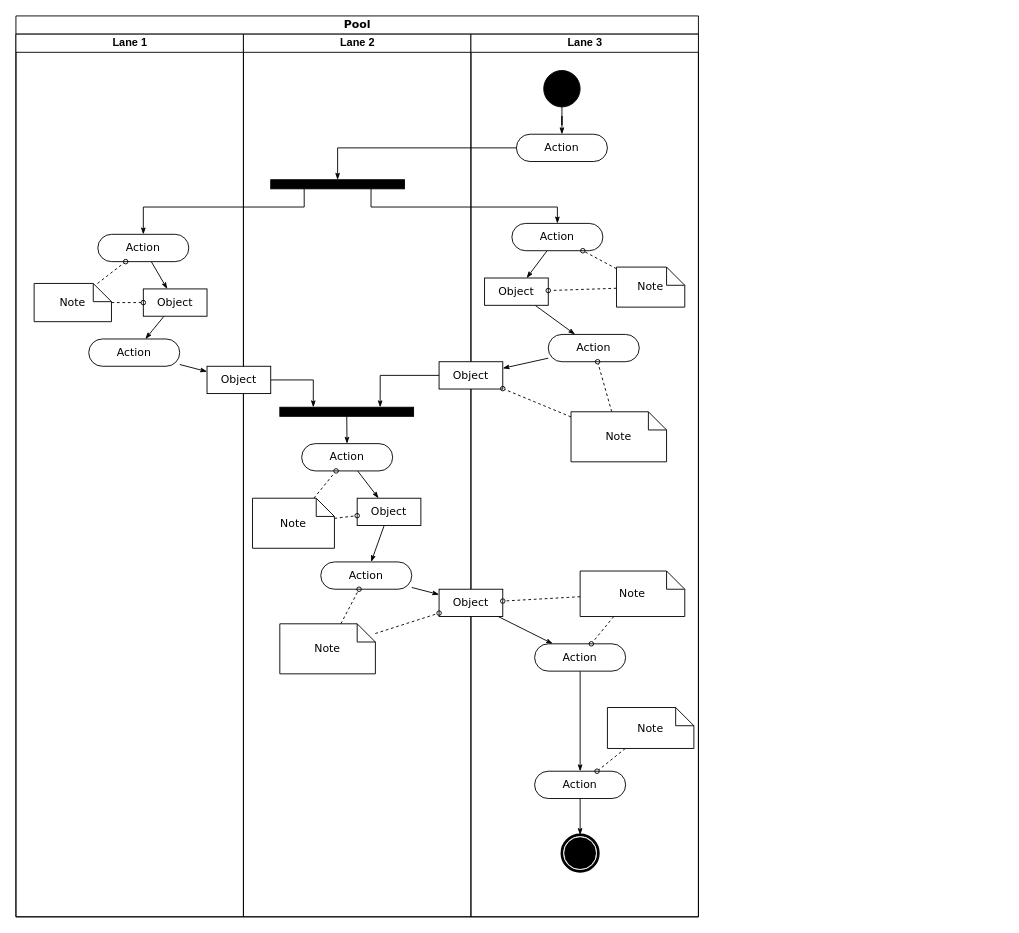
Earlier version of the draw.io diagram CE/KYC_activity.drawio (careock/diagrams). Source tidied: cells renumbered, new cells numbered last; positions are measured from the earlier drawing's top-left corner, leaving out a move shared by most shapes. Both pictures are drawn from the tidied source at 91%, with x=0, y=0 at pixel (15, 15).
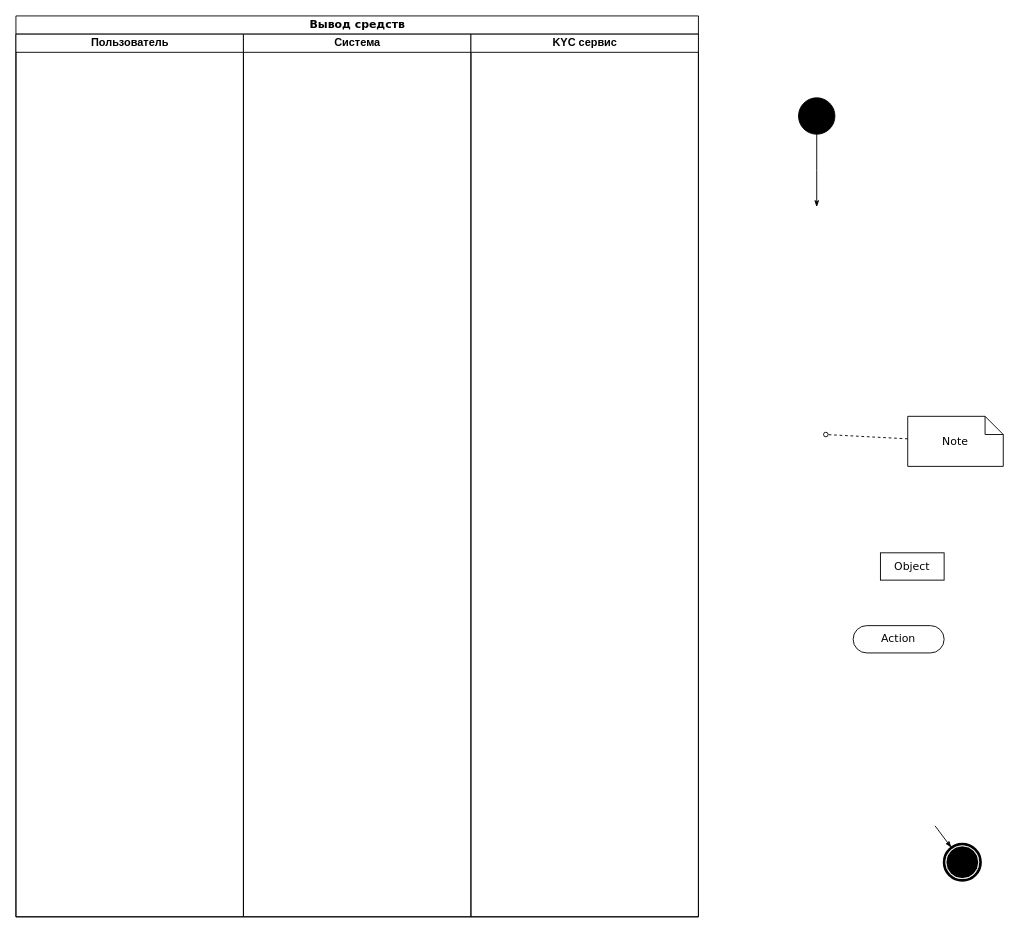
After the change.

Diff of the diagram source:
```diff
@@
-    <mxCell id="2" value="Pool" style="swimlane;html=1;startSize=20;rounded=0;shadow=0;comic=0;labelBackgroundColor=none;strokeWidth=1;fontFamily=Verdana;fontSize=12;align=center;" parent="1" vertex="1">
+    <mxCell id="2" value="Вывод средств" style="swimlane;html=1;startSize=20;rounded=0;shadow=0;comic=0;labelBackgroundColor=none;strokeWidth=1;fontFamily=Verdana;fontSize=12;align=center;" parent="1" vertex="1">
       <mxGeometry width="750" height="990" as="geometry" />
     </mxCell>
-    <mxCell id="3" value="Lane 1" style="swimlane;html=1;startSize=20;" parent="2" vertex="1">
+    <mxCell id="3" value="Пользователь" style="swimlane;html=1;startSize=20;" parent="2" vertex="1">
       <mxGeometry y="20" width="250" height="970" as="geometry" />
     </mxCell>
-    <mxCell id="4" style="edgeStyle=none;rounded=0;html=1;labelBackgroundColor=none;startArrow=none;startFill=0;startSize=5;endArrow=classicThin;endFill=1;endSize=5;jettySize=auto;strokeWidth=1;fontFamily=Verdana;fontSize=12;" parent="3" edge="1" source="5" target="8">
-      <mxGeometry relative="1" as="geometry" />
-    </mxCell>
-    <mxCell id="5" value="Action" style="rounded=1;whiteSpace=wrap;html=1;shadow=0;comic=0;labelBackgroundColor=none;strokeWidth=1;fontFamily=Verdana;fontSize=12;align=center;arcSize=50;" parent="3" vertex="1">
-      <mxGeometry x="90" y="220" width="100" height="30" as="geometry" />
-    </mxCell>
-    <mxCell id="6" value="Action" style="rounded=1;whiteSpace=wrap;html=1;shadow=0;comic=0;labelBackgroundColor=none;strokeWidth=1;fontFamily=Verdana;fontSize=12;align=center;arcSize=50;" parent="3" vertex="1">
-      <mxGeometry x="80" y="335" width="100" height="30" as="geometry" />
-    </mxCell>
-    <mxCell id="7" style="edgeStyle=none;rounded=0;html=1;labelBackgroundColor=none;startArrow=none;startFill=0;startSize=5;endArrow=classicThin;endFill=1;endSize=5;jettySize=auto;strokeWidth=1;fontFamily=Verdana;fontSize=12;" parent="3" edge="1" source="8" target="6">
-      <mxGeometry relative="1" as="geometry" />
-    </mxCell>
-    <mxCell id="8" value="Object" style="rounded=0;whiteSpace=wrap;html=1;shadow=0;comic=0;labelBackgroundColor=none;strokeWidth=1;fontFamily=Verdana;fontSize=12;align=center;arcSize=50;" parent="3" vertex="1">
-      <mxGeometry x="140" y="280" width="70" height="30" as="geometry" />
-    </mxCell>
-    <mxCell id="9" style="edgeStyle=none;rounded=0;html=1;labelBackgroundColor=none;startArrow=none;startFill=0;startSize=5;endArrow=oval;endFill=0;endSize=5;jettySize=auto;strokeWidth=1;fontFamily=Verdana;fontSize=12;dashed=1;" parent="3" edge="1" source="11" target="5">
-      <mxGeometry relative="1" as="geometry" />
-    </mxCell>
-    <mxCell id="10" style="edgeStyle=none;rounded=0;html=1;dashed=1;labelBackgroundColor=none;startArrow=none;startFill=0;startSize=5;endArrow=oval;endFill=0;endSize=5;jettySize=auto;strokeWidth=1;fontFamily=Verdana;fontSize=12;" parent="3" edge="1" source="11" target="8">
-      <mxGeometry relative="1" as="geometry" />
-    </mxCell>
-    <mxCell id="11" value="Note" style="shape=note;whiteSpace=wrap;html=1;rounded=0;shadow=0;comic=0;labelBackgroundColor=none;strokeWidth=1;fontFamily=Verdana;fontSize=12;align=center;size=20;" parent="3" vertex="1">
-      <mxGeometry x="20" y="274" width="85" height="42" as="geometry" />
-    </mxCell>
-    <mxCell id="12" value="Lane 2" style="swimlane;html=1;startSize=20;" parent="2" vertex="1">
+    <mxCell id="12" value="Система" style="swimlane;html=1;startSize=20;" parent="2" vertex="1">
       <mxGeometry x="250" y="20" width="250" height="970" as="geometry" />
     </mxCell>
-    <mxCell id="13" style="whiteSpace=wrap;html=1;rounded=0;shadow=0;comic=0;labelBackgroundColor=none;strokeWidth=1;fillColor=#000000;fontFamily=Verdana;fontSize=12;align=center;rotation=0;" parent="12" vertex="1">
-      <mxGeometry x="30" y="160" width="147" height="10" as="geometry" />
-    </mxCell>
-    <mxCell id="14" style="edgeStyle=none;rounded=0;html=1;labelBackgroundColor=none;startArrow=none;startFill=0;startSize=5;endArrow=classicThin;endFill=1;endSize=5;jettySize=auto;strokeWidth=1;fontFamily=Verdana;fontSize=12;" parent="12" edge="1" source="15" target="21">
-      <mxGeometry relative="1" as="geometry" />
-    </mxCell>
-    <mxCell id="15" value="Action" style="rounded=1;whiteSpace=wrap;html=1;shadow=0;comic=0;labelBackgroundColor=none;strokeWidth=1;fontFamily=Verdana;fontSize=12;align=center;arcSize=50;" parent="12" vertex="1">
-      <mxGeometry x="64" y="450" width="100" height="30" as="geometry" />
-    </mxCell>
-    <mxCell id="16" style="edgeStyle=none;rounded=0;html=1;labelBackgroundColor=none;startArrow=none;startFill=0;startSize=5;endArrow=classicThin;endFill=1;endSize=5;jettySize=auto;strokeWidth=1;fontFamily=Verdana;fontSize=12;" parent="12" edge="1" source="17" target="15">
-      <mxGeometry relative="1" as="geometry" />
-    </mxCell>
-    <mxCell id="17" style="whiteSpace=wrap;html=1;rounded=0;shadow=0;comic=0;labelBackgroundColor=none;strokeWidth=1;fillColor=#000000;fontFamily=Verdana;fontSize=12;align=center;rotation=0;" parent="12" vertex="1">
-      <mxGeometry x="40" y="410" width="147" height="10" as="geometry" />
-    </mxCell>
-    <mxCell id="18" style="edgeStyle=orthogonalEdgeStyle;rounded=0;html=1;entryX=0.25;entryY=0;labelBackgroundColor=none;startArrow=none;startFill=0;startSize=5;endArrow=classicThin;endFill=1;endSize=5;jettySize=auto;strokeWidth=1;fontFamily=Verdana;fontSize=12;" parent="12" edge="1" source="19" target="17">
-      <mxGeometry relative="1" as="geometry" />
-    </mxCell>
-    <mxCell id="19" value="Object" style="rounded=0;whiteSpace=wrap;html=1;shadow=0;comic=0;labelBackgroundColor=none;strokeWidth=1;fontFamily=Verdana;fontSize=12;align=center;arcSize=50;" parent="12" vertex="1">
-      <mxGeometry x="-40" y="365" width="70" height="30" as="geometry" />
-    </mxCell>
-    <mxCell id="20" style="edgeStyle=none;rounded=0;html=1;labelBackgroundColor=none;startArrow=none;startFill=0;startSize=5;endArrow=classicThin;endFill=1;endSize=5;jettySize=auto;strokeWidth=1;fontFamily=Verdana;fontSize=12;" parent="12" edge="1" source="21" target="22">
-      <mxGeometry relative="1" as="geometry" />
-    </mxCell>
-    <mxCell id="21" value="Object" style="rounded=0;whiteSpace=wrap;html=1;shadow=0;comic=0;labelBackgroundColor=none;strokeWidth=1;fontFamily=Verdana;fontSize=12;align=center;arcSize=50;" parent="12" vertex="1">
-      <mxGeometry x="125" y="510" width="70" height="30" as="geometry" />
-    </mxCell>
-    <mxCell id="22" value="Action" style="rounded=1;whiteSpace=wrap;html=1;shadow=0;comic=0;labelBackgroundColor=none;strokeWidth=1;fontFamily=Verdana;fontSize=12;align=center;arcSize=50;" parent="12" vertex="1">
-      <mxGeometry x="85" y="580" width="100" height="30" as="geometry" />
-    </mxCell>
-    <mxCell id="23" style="edgeStyle=none;rounded=0;html=1;dashed=1;labelBackgroundColor=none;startArrow=none;startFill=0;startSize=5;endArrow=oval;endFill=0;endSize=5;jettySize=auto;strokeWidth=1;fontFamily=Verdana;fontSize=12;" parent="12" edge="1" source="25" target="15">
-      <mxGeometry relative="1" as="geometry" />
-    </mxCell>
-    <mxCell id="24" style="edgeStyle=none;rounded=0;html=1;dashed=1;labelBackgroundColor=none;startArrow=none;startFill=0;startSize=5;endArrow=oval;endFill=0;endSize=5;jettySize=auto;strokeWidth=1;fontFamily=Verdana;fontSize=12;" parent="12" edge="1" source="25" target="21">
-      <mxGeometry relative="1" as="geometry" />
-    </mxCell>
-    <mxCell id="25" value="Note" style="shape=note;whiteSpace=wrap;html=1;rounded=0;shadow=0;comic=0;labelBackgroundColor=none;strokeWidth=1;fontFamily=Verdana;fontSize=12;align=center;size=20;" parent="12" vertex="1">
-      <mxGeometry x="10" y="510" width="90" height="55" as="geometry" />
-    </mxCell>
-    <mxCell id="26" style="edgeStyle=none;rounded=0;html=1;dashed=1;labelBackgroundColor=none;startArrow=none;startFill=0;startSize=5;endArrow=oval;endFill=0;endSize=5;jettySize=auto;strokeWidth=1;fontFamily=Verdana;fontSize=12;" parent="12" edge="1" source="27" target="22">
-      <mxGeometry relative="1" as="geometry" />
-    </mxCell>
-    <mxCell id="27" value="Note" style="shape=note;whiteSpace=wrap;html=1;rounded=0;shadow=0;comic=0;labelBackgroundColor=none;strokeWidth=1;fontFamily=Verdana;fontSize=12;align=center;size=20;" parent="12" vertex="1">
-      <mxGeometry x="40" y="648" width="105" height="55" as="geometry" />
-    </mxCell>
-    <mxCell id="28" value="Lane 3" style="swimlane;html=1;startSize=20;" parent="2" vertex="1">
+    <mxCell id="28" value="KYC сервис" style="swimlane;html=1;startSize=20;" parent="2" vertex="1">
       <mxGeometry x="500" y="20" width="250" height="970" as="geometry" />
     </mxCell>
-    <mxCell id="29" style="edgeStyle=orthogonalEdgeStyle;rounded=0;html=1;labelBackgroundColor=none;startArrow=none;startFill=0;startSize=5;endArrow=classicThin;endFill=1;endSize=5;jettySize=auto;strokeWidth=1;fontFamily=Verdana;fontSize=12;" parent="28" edge="1" source="30" target="31">
-      <mxGeometry relative="1" as="geometry" />
+    <mxCell id="29" style="edgeStyle=orthogonalEdgeStyle;rounded=0;html=1;labelBackgroundColor=none;startArrow=none;startFill=0;startSize=5;endArrow=classicThin;endFill=1;endSize=5;jettySize=auto;strokeWidth=1;fontFamily=Verdana;fontSize=12;" parent="28" edge="1" source="30">
+      <mxGeometry relative="1" as="geometry">
+        <mxPoint x="380" y="190" as="targetPoint" />
+      </mxGeometry>
     </mxCell>
+    <mxCell id="51" value="Note" style="shape=note;whiteSpace=wrap;html=1;rounded=0;shadow=0;comic=0;labelBackgroundColor=none;strokeWidth=1;fontFamily=Verdana;fontSize=12;align=center;size=20;" parent="1" vertex="1">
+      <mxGeometry x="980" y="440" width="105" height="55" as="geometry" />
+    </mxCell>
+    <mxCell id="50" style="edgeStyle=none;rounded=0;html=1;dashed=1;labelBackgroundColor=none;startArrow=none;startFill=0;startSize=5;endArrow=oval;endFill=0;endSize=5;jettySize=auto;strokeWidth=1;fontFamily=Verdana;fontSize=12;" parent="1" edge="1" source="51">
+      <mxGeometry relative="1" as="geometry">
+        <mxPoint x="890" y="460" as="targetPoint" />
+      </mxGeometry>
+    </mxCell>
+    <mxCell id="45" style="shape=mxgraph.bpmn.shape;html=1;verticalLabelPosition=bottom;labelBackgroundColor=#ffffff;verticalAlign=top;perimeter=ellipsePerimeter;outline=end;symbol=terminate;rounded=0;shadow=0;comic=0;strokeWidth=1;fontFamily=Verdana;fontSize=12;align=center;" parent="1" vertex="1">
+      <mxGeometry x="1020" y="910" width="40" height="40" as="geometry" />
+    </mxCell>
+    <mxCell id="43" style="edgeStyle=none;rounded=0;html=1;labelBackgroundColor=none;startArrow=none;startFill=0;startSize=5;endArrow=classicThin;endFill=1;endSize=5;jettySize=auto;strokeWidth=1;fontFamily=Verdana;fontSize=12;" parent="1" edge="1" target="45">
+      <mxGeometry relative="1" as="geometry">
+        <mxPoint x="1010" y="890" as="sourcePoint" />
+      </mxGeometry>
+    </mxCell>
+    <mxCell id="64" value="Object" style="rounded=0;whiteSpace=wrap;html=1;shadow=0;comic=0;labelBackgroundColor=none;strokeWidth=1;fontFamily=Verdana;fontSize=12;align=center;arcSize=50;" parent="1" vertex="1">
+      <mxGeometry x="950" y="590" width="70" height="30" as="geometry" />
+    </mxCell>
+    <mxCell id="65" value="Action" style="rounded=1;whiteSpace=wrap;html=1;shadow=0;comic=0;labelBackgroundColor=none;strokeWidth=1;fontFamily=Verdana;fontSize=12;align=center;arcSize=50;" parent="1" vertex="1">
+      <mxGeometry x="920" y="670" width="100" height="30" as="geometry" />
+    </mxCell>
-    <mxCell id="30" style="ellipse;whiteSpace=wrap;html=1;rounded=0;shadow=0;comic=0;labelBackgroundColor=none;strokeWidth=1;fillColor=#000000;fontFamily=Verdana;fontSize=12;align=center;" parent="28" vertex="1">
-      <mxGeometry x="80" y="40" width="40" height="40" as="geometry" />
+    <mxCell id="30" style="ellipse;whiteSpace=wrap;html=1;rounded=0;shadow=0;comic=0;labelBackgroundColor=none;strokeWidth=1;fillColor=#000000;fontFamily=Verdana;fontSize=12;align=center;" parent="1" vertex="1">
+      <mxGeometry x="860" y="90" width="40" height="40" as="geometry" />
     </mxCell>
-    <mxCell id="31" value="Action" style="rounded=1;whiteSpace=wrap;html=1;shadow=0;comic=0;labelBackgroundColor=none;strokeWidth=1;fontFamily=Verdana;fontSize=12;align=center;arcSize=50;" parent="28" vertex="1">
-      <mxGeometry x="50" y="110" width="100" height="30" as="geometry" />
-    </mxCell>
-    <mxCell id="32" style="rounded=0;html=1;labelBackgroundColor=none;startArrow=none;startFill=0;startSize=5;endArrow=classicThin;endFill=1;endSize=5;jettySize=auto;strokeWidth=1;fontFamily=Verdana;fontSize=12;" parent="28" edge="1" source="33" target="37">
-      <mxGeometry relative="1" as="geometry" />
-    </mxCell>
-    <mxCell id="33" value="Action" style="rounded=1;whiteSpace=wrap;html=1;shadow=0;comic=0;labelBackgroundColor=none;strokeWidth=1;fontFamily=Verdana;fontSize=12;align=center;arcSize=50;" parent="28" vertex="1">
-      <mxGeometry x="45" y="208" width="100" height="30" as="geometry" />
-    </mxCell>
-    <mxCell id="34" style="edgeStyle=none;rounded=0;html=1;labelBackgroundColor=none;startArrow=none;startFill=0;startSize=5;endArrow=classicThin;endFill=1;endSize=5;jettySize=auto;strokeWidth=1;fontFamily=Verdana;fontSize=12;" parent="28" edge="1" source="35" target="38">
-      <mxGeometry relative="1" as="geometry" />
-    </mxCell>
-    <mxCell id="35" value="Action" style="rounded=1;whiteSpace=wrap;html=1;shadow=0;comic=0;labelBackgroundColor=none;strokeWidth=1;fontFamily=Verdana;fontSize=12;align=center;arcSize=50;" parent="28" vertex="1">
-      <mxGeometry x="85" y="330" width="100" height="30" as="geometry" />
-    </mxCell>
-    <mxCell id="36" style="edgeStyle=none;rounded=0;html=1;labelBackgroundColor=none;startArrow=none;startFill=0;startSize=5;endArrow=classicThin;endFill=1;endSize=5;jettySize=auto;strokeWidth=1;fontFamily=Verdana;fontSize=12;" parent="28" edge="1" source="37" target="35">
-      <mxGeometry relative="1" as="geometry" />
-    </mxCell>
-    <mxCell id="37" value="Object" style="rounded=0;whiteSpace=wrap;html=1;shadow=0;comic=0;labelBackgroundColor=none;strokeWidth=1;fontFamily=Verdana;fontSize=12;align=center;arcSize=50;" parent="28" vertex="1">
-      <mxGeometry x="15" y="268" width="70" height="30" as="geometry" />
-    </mxCell>
-    <mxCell id="38" value="Object" style="rounded=0;whiteSpace=wrap;html=1;shadow=0;comic=0;labelBackgroundColor=none;strokeWidth=1;fontFamily=Verdana;fontSize=12;align=center;arcSize=50;" parent="28" vertex="1">
-      <mxGeometry x="-35" y="360" width="70" height="30" as="geometry" />
-    </mxCell>
-    <mxCell id="39" style="edgeStyle=none;rounded=0;html=1;labelBackgroundColor=none;startArrow=none;startFill=0;startSize=5;endArrow=classicThin;endFill=1;endSize=5;jettySize=auto;strokeWidth=1;fontFamily=Verdana;fontSize=12;" parent="28" edge="1" source="40" target="42">
-      <mxGeometry relative="1" as="geometry" />
-    </mxCell>
-    <mxCell id="40" value="Object" style="rounded=0;whiteSpace=wrap;html=1;shadow=0;comic=0;labelBackgroundColor=none;strokeWidth=1;fontFamily=Verdana;fontSize=12;align=center;arcSize=50;" parent="28" vertex="1">
-      <mxGeometry x="-35" y="610" width="70" height="30" as="geometry" />
-    </mxCell>
-    <mxCell id="41" style="edgeStyle=none;rounded=0;html=1;labelBackgroundColor=none;startArrow=none;startFill=0;startSize=5;endArrow=classicThin;endFill=1;endSize=5;jettySize=auto;strokeWidth=1;fontFamily=Verdana;fontSize=12;" parent="28" edge="1" source="42" target="44">
-      <mxGeometry relative="1" as="geometry" />
-    </mxCell>
-    <mxCell id="42" value="Action" style="rounded=1;whiteSpace=wrap;html=1;shadow=0;comic=0;labelBackgroundColor=none;strokeWidth=1;fontFamily=Verdana;fontSize=12;align=center;arcSize=50;" parent="28" vertex="1">
-      <mxGeometry x="70" y="670" width="100" height="30" as="geometry" />
-    </mxCell>
-    <mxCell id="43" style="edgeStyle=none;rounded=0;html=1;labelBackgroundColor=none;startArrow=none;startFill=0;startSize=5;endArrow=classicThin;endFill=1;endSize=5;jettySize=auto;strokeWidth=1;fontFamily=Verdana;fontSize=12;" parent="28" edge="1" source="44" target="45">
-      <mxGeometry relative="1" as="geometry" />
-    </mxCell>
-    <mxCell id="44" value="Action" style="rounded=1;whiteSpace=wrap;html=1;shadow=0;comic=0;labelBackgroundColor=none;strokeWidth=1;fontFamily=Verdana;fontSize=12;align=center;arcSize=50;" parent="28" vertex="1">
-      <mxGeometry x="70" y="810" width="100" height="30" as="geometry" />
-    </mxCell>
-    <mxCell id="45" style="shape=mxgraph.bpmn.shape;html=1;verticalLabelPosition=bottom;labelBackgroundColor=#ffffff;verticalAlign=top;perimeter=ellipsePerimeter;outline=end;symbol=terminate;rounded=0;shadow=0;comic=0;strokeWidth=1;fontFamily=Verdana;fontSize=12;align=center;" parent="28" vertex="1">
-      <mxGeometry x="100" y="880" width="40" height="40" as="geometry" />
-    </mxCell>
-    <mxCell id="46" style="edgeStyle=none;rounded=0;html=1;dashed=1;labelBackgroundColor=none;startArrow=none;startFill=0;startSize=5;endArrow=oval;endFill=0;endSize=5;jettySize=auto;strokeWidth=1;fontFamily=Verdana;fontSize=12;" parent="28" edge="1" source="48" target="33">
-      <mxGeometry relative="1" as="geometry" />
-    </mxCell>
-    <mxCell id="47" style="edgeStyle=none;rounded=0;html=1;dashed=1;labelBackgroundColor=none;startArrow=none;startFill=0;startSize=5;endArrow=oval;endFill=0;endSize=5;jettySize=auto;strokeWidth=1;fontFamily=Verdana;fontSize=12;" parent="28" edge="1" source="48" target="37">
-      <mxGeometry relative="1" as="geometry" />
-    </mxCell>
-    <mxCell id="48" value="Note" style="shape=note;whiteSpace=wrap;html=1;rounded=0;shadow=0;comic=0;labelBackgroundColor=none;strokeWidth=1;fontFamily=Verdana;fontSize=12;align=center;size=20;" parent="28" vertex="1">
-      <mxGeometry x="160" y="256" width="75" height="44" as="geometry" />
-    </mxCell>
-    <mxCell id="49" style="edgeStyle=none;rounded=0;html=1;dashed=1;labelBackgroundColor=none;startArrow=none;startFill=0;startSize=5;endArrow=oval;endFill=0;endSize=5;jettySize=auto;strokeWidth=1;fontFamily=Verdana;fontSize=12;" parent="28" edge="1" source="51" target="35">
-      <mxGeometry relative="1" as="geometry" />
-    </mxCell>
-    <mxCell id="50" style="edgeStyle=none;rounded=0;html=1;dashed=1;labelBackgroundColor=none;startArrow=none;startFill=0;startSize=5;endArrow=oval;endFill=0;endSize=5;jettySize=auto;strokeWidth=1;fontFamily=Verdana;fontSize=12;" parent="28" edge="1" source="51" target="38">
-      <mxGeometry relative="1" as="geometry" />
-    </mxCell>
-    <mxCell id="51" value="Note" style="shape=note;whiteSpace=wrap;html=1;rounded=0;shadow=0;comic=0;labelBackgroundColor=none;strokeWidth=1;fontFamily=Verdana;fontSize=12;align=center;size=20;" parent="28" vertex="1">
-      <mxGeometry x="110" y="415" width="105" height="55" as="geometry" />
-    </mxCell>
-    <mxCell id="52" style="edgeStyle=none;rounded=0;html=1;dashed=1;labelBackgroundColor=none;startArrow=none;startFill=0;startSize=5;endArrow=oval;endFill=0;endSize=5;jettySize=auto;strokeWidth=1;fontFamily=Verdana;fontSize=12;" parent="28" edge="1" source="54" target="42">
-      <mxGeometry relative="1" as="geometry" />
-    </mxCell>
-    <mxCell id="53" style="edgeStyle=none;rounded=0;html=1;dashed=1;labelBackgroundColor=none;startArrow=none;startFill=0;startSize=5;endArrow=oval;endFill=0;endSize=5;jettySize=auto;strokeWidth=1;fontFamily=Verdana;fontSize=12;" parent="28" edge="1" source="54" target="40">
-      <mxGeometry relative="1" as="geometry" />
-    </mxCell>
-    <mxCell id="54" value="Note" style="shape=note;whiteSpace=wrap;html=1;rounded=0;shadow=0;comic=0;labelBackgroundColor=none;strokeWidth=1;fontFamily=Verdana;fontSize=12;align=center;size=20;" parent="28" vertex="1">
-      <mxGeometry x="120" y="590" width="115" height="50" as="geometry" />
-    </mxCell>
-    <mxCell id="55" style="edgeStyle=none;rounded=0;html=1;dashed=1;labelBackgroundColor=none;startArrow=none;startFill=0;startSize=5;endArrow=oval;endFill=0;endSize=5;jettySize=auto;strokeWidth=1;fontFamily=Verdana;fontSize=12;" parent="28" edge="1" source="56" target="44">
-      <mxGeometry relative="1" as="geometry" />
-    </mxCell>
-    <mxCell id="56" value="Note" style="shape=note;whiteSpace=wrap;html=1;rounded=0;shadow=0;comic=0;labelBackgroundColor=none;strokeWidth=1;fontFamily=Verdana;fontSize=12;align=center;size=20;" parent="28" vertex="1">
-      <mxGeometry x="150" y="740" width="95" height="45" as="geometry" />
-    </mxCell>
-    <mxCell id="57" style="edgeStyle=orthogonalEdgeStyle;rounded=0;html=1;entryX=0.5;entryY=0;labelBackgroundColor=none;startArrow=none;startFill=0;startSize=5;endArrow=classicThin;endFill=1;endSize=5;jettySize=auto;strokeWidth=1;fontFamily=Verdana;fontSize=12;" parent="2" edge="1" source="31" target="13">
-      <mxGeometry relative="1" as="geometry">
-        <Array as="points">
-          <mxPoint x="354" y="145" />
-        </Array>
-      </mxGeometry>
-    </mxCell>
-    <mxCell id="58" style="edgeStyle=orthogonalEdgeStyle;rounded=0;html=1;exitX=0.75;exitY=1;labelBackgroundColor=none;startArrow=none;startFill=0;startSize=5;endArrow=classicThin;endFill=1;endSize=5;jettySize=auto;strokeWidth=1;fontFamily=Verdana;fontSize=12;" parent="2" edge="1" source="13" target="33">
-      <mxGeometry relative="1" as="geometry">
-        <Array as="points">
-          <mxPoint x="390" y="210" />
-          <mxPoint x="595" y="210" />
-        </Array>
-      </mxGeometry>
-    </mxCell>
-    <mxCell id="59" style="edgeStyle=orthogonalEdgeStyle;rounded=0;html=1;exitX=0.25;exitY=1;entryX=0.5;entryY=0;labelBackgroundColor=none;startArrow=none;startFill=0;startSize=5;endArrow=classicThin;endFill=1;endSize=5;jettySize=auto;strokeWidth=1;fontFamily=Verdana;fontSize=12;" parent="2" edge="1" source="13" target="5">
-      <mxGeometry relative="1" as="geometry">
-        <Array as="points">
-          <mxPoint x="317" y="210" />
-          <mxPoint x="140" y="210" />
-        </Array>
-      </mxGeometry>
-    </mxCell>
-    <mxCell id="60" style="edgeStyle=orthogonalEdgeStyle;rounded=0;html=1;entryX=0.75;entryY=0;labelBackgroundColor=none;startArrow=none;startFill=0;startSize=5;endArrow=classicThin;endFill=1;endSize=5;jettySize=auto;strokeWidth=1;fontFamily=Verdana;fontSize=12;" parent="2" edge="1" source="38" target="17">
-      <mxGeometry relative="1" as="geometry" />
-    </mxCell>
-    <mxCell id="61" style="edgeStyle=none;rounded=0;html=1;labelBackgroundColor=none;startArrow=none;startFill=0;startSize=5;endArrow=classicThin;endFill=1;endSize=5;jettySize=auto;strokeWidth=1;fontFamily=Verdana;fontSize=12;" parent="2" edge="1" source="6" target="19">
-      <mxGeometry relative="1" as="geometry" />
-    </mxCell>
-    <mxCell id="62" style="edgeStyle=none;rounded=0;html=1;labelBackgroundColor=none;startArrow=none;startFill=0;startSize=5;endArrow=classicThin;endFill=1;endSize=5;jettySize=auto;strokeWidth=1;fontFamily=Verdana;fontSize=12;" parent="2" edge="1" source="22" target="40">
-      <mxGeometry relative="1" as="geometry" />
-    </mxCell>
-    <mxCell id="63" style="edgeStyle=none;rounded=0;html=1;dashed=1;labelBackgroundColor=none;startArrow=none;startFill=0;startSize=5;endArrow=oval;endFill=0;endSize=5;jettySize=auto;strokeWidth=1;fontFamily=Verdana;fontSize=12;" parent="2" edge="1" source="27" target="40">
-      <mxGeometry relative="1" as="geometry" />
-    </mxCell>
```
